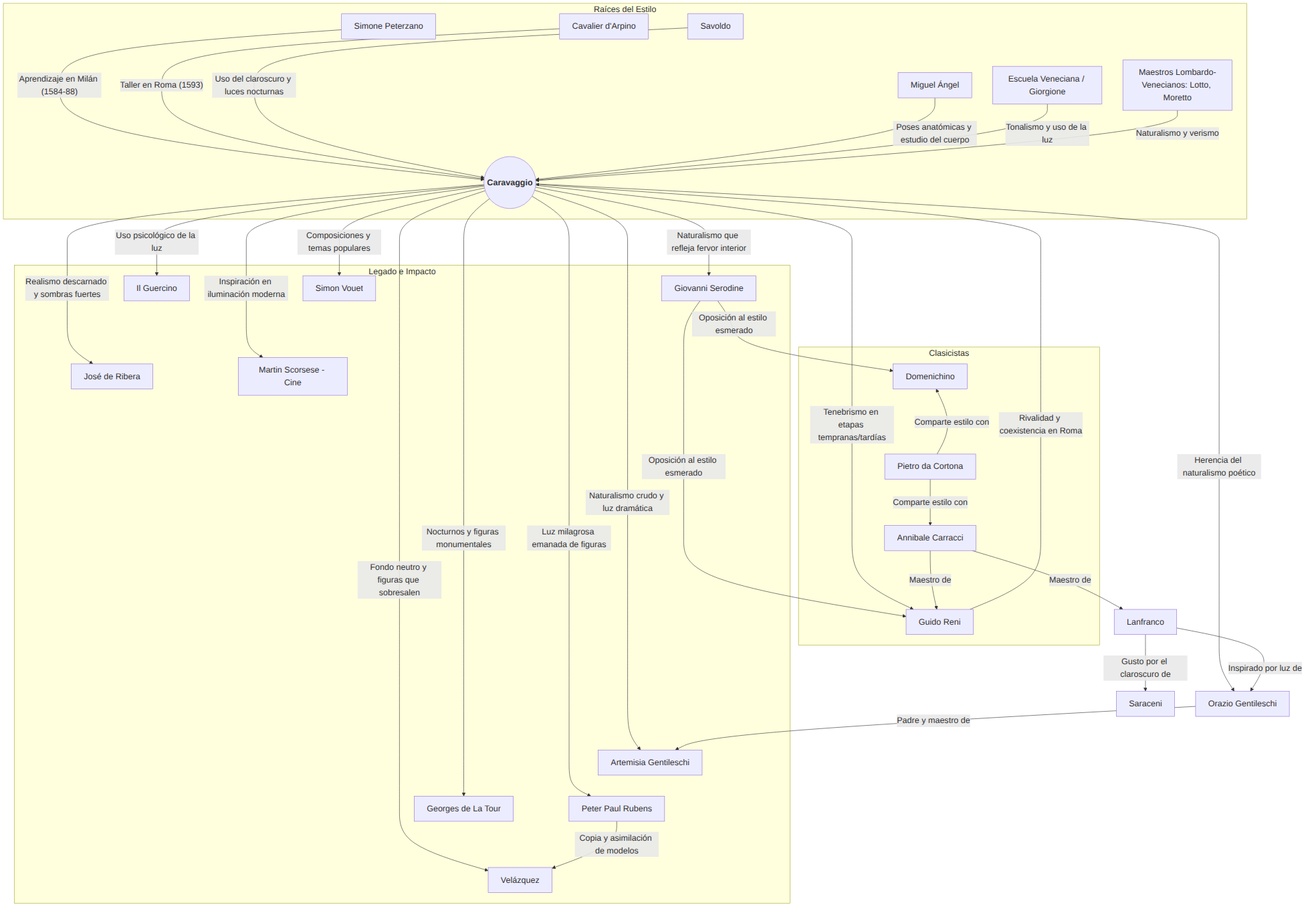
JJ/barroco-sources keeps this Mermaid diagram as caravaggio.png. Above is the earlier version. Its source is kept beside it as caravaggio.mmd.
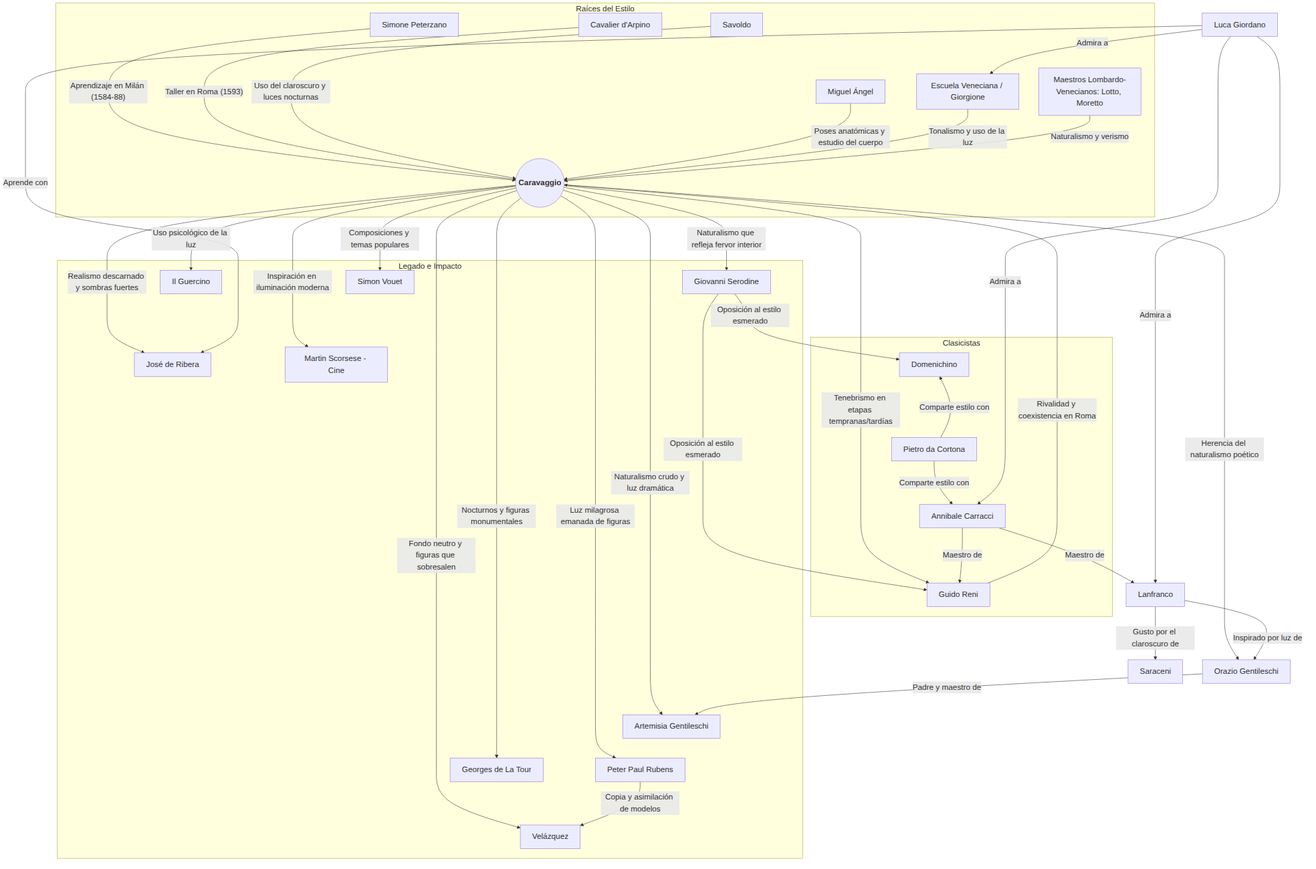
The same file after the commit.

Commit message:
Con Luca Giordano

Change to the diagram source:
```diff
@@ -57,3 +57,7 @@
     Serodine -- "Oposición al estilo esmerado" --> Domenichino
     Cortona -- "Comparte estilo con" --> Domenichino
     Cortona -- "Comparte estilo con" --> Carracci
+    Luca[Luca Giordano] -- "Admira a " --> Carracci
+    Luca -- "Admira a " --> Venecia
+    Luca -- "Admira a " --> Lanfranco
+    Luca -- "Aprende con " --> Ribera
```
